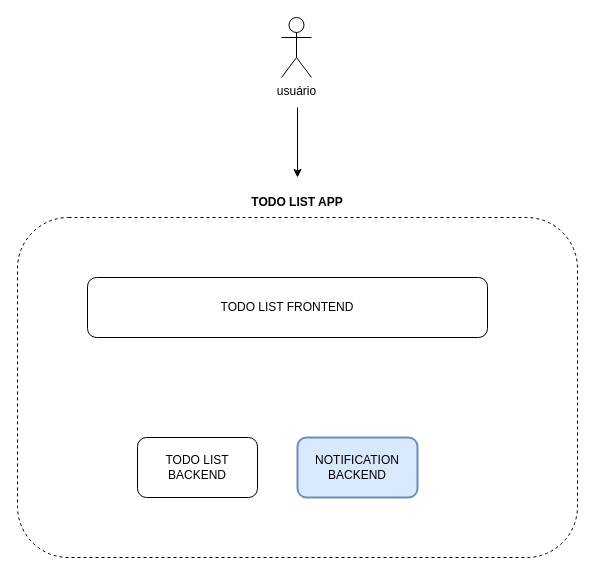
Earlier version of the draw.io diagram page "front vs back" (1 of 4) of docs/fluxos.drawio (acelera-dev-c4/todo-list-notification-backend). Source tidied: cells renumbered, new cells numbered last; positions are measured from the earlier drawing's top-left corner, leaving out a move shared by most shapes. Both pictures are drawn from the tidied source at 100%, with x=0, y=0 at pixel (17, 17).
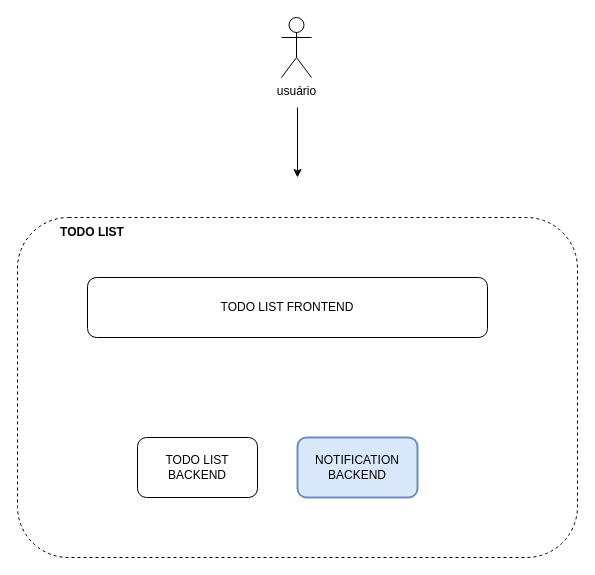
After the change.

Change to the diagram source:
```diff
@@
 <mxGraphModel>
   <root>
     <mxCell id="0" />
     <mxCell id="1" parent="0" />
     <mxCell id="2" style="rounded=1;whiteSpace=wrap;html=1;dashed=1;" parent="1" vertex="1">
       <mxGeometry y="200" width="560" height="340" as="geometry" />
     </mxCell>
     <mxCell id="3" value="TODO LIST BACKEND" style="rounded=1;whiteSpace=wrap;html=1;" parent="1" vertex="1">
       <mxGeometry x="120" y="420" width="120" height="60" as="geometry" />
     </mxCell>
     <mxCell id="4" value="TODO LIST FRONTEND" style="rounded=1;whiteSpace=wrap;html=1;" parent="1" vertex="1">
       <mxGeometry x="70" y="260" width="400" height="60" as="geometry" />
     </mxCell>
     <mxCell id="5" value="NOTIFICATION BACKEND" style="rounded=1;whiteSpace=wrap;html=1;strokeWidth=2;fillColor=#dae8fc;strokeColor=#6c8ebf;" parent="1" vertex="1">
       <mxGeometry x="280" y="420" width="120" height="60" as="geometry" />
     </mxCell>
-    <mxCell id="6" value="TODO LIST APP" style="text;html=1;align=center;verticalAlign=middle;whiteSpace=wrap;rounded=0;fontStyle=1;" parent="1" vertex="1">
-      <mxGeometry x="205" y="170" width="150" height="30" as="geometry" />
+    <mxCell id="6" value="TODO LIST" style="text;html=1;align=center;verticalAlign=middle;whiteSpace=wrap;rounded=0;fontStyle=1;" parent="1" vertex="1">
+      <mxGeometry y="200" width="150" height="30" as="geometry" />
     </mxCell>
     <mxCell id="7" value="usuário" style="shape=umlActor;verticalLabelPosition=bottom;verticalAlign=top;html=1;" parent="1" vertex="1">
       <mxGeometry x="264" width="30" height="60" as="geometry" />
     </mxCell>
     <mxCell id="8" style="endArrow=classic;html=1;rounded=0;" parent="1" edge="1">
       <mxGeometry relative="1" as="geometry">
         <mxPoint x="280" y="90" as="sourcePoint" />
         <mxPoint x="280" y="160" as="targetPoint" />
       </mxGeometry>
     </mxCell>
   </root>
 </mxGraphModel>
```
